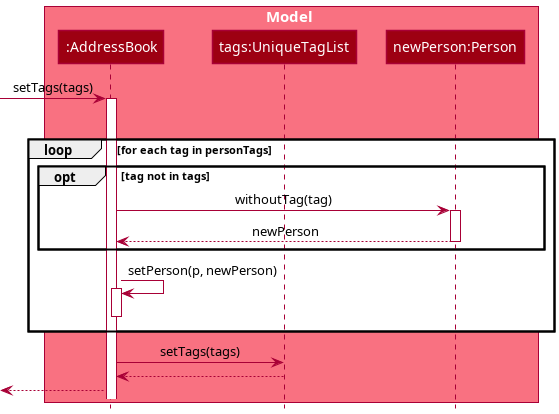
The PlantUML diagram docs/images/AddressBookSetTagsSequenceDiagram.png in nus-cs2103-AY2122S2/tp, before a commit.
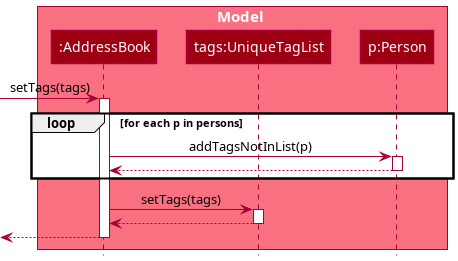
After the change.

Commit message:
Fix sequence diagram nesting

The edit, as a diff of the source:
```diff
@@ -4,27 +4,22 @@
 box Model MODEL_COLOR_T1
 participant  ":AddressBook" as AddressBook MODEL_COLOR
 participant "tags:UniqueTagList" as UniqueTagList MODEL_COLOR
-participant "newPerson:Person" as Person MODEL_COLOR
+participant "p:Person" as Person MODEL_COLOR
 end box
 
 [-> AddressBook : setTags(tags)
 activate AddressBook
 loop for each p in persons
-    loop for each tag in personTags
-        opt tag not in tags
-            AddressBook -> Person : withoutTag(tag)
-            activate Person
-            Person --> AddressBook : newPerson
-            deactivate Person
-    end
-
-    AddressBook -> AddressBook : setPerson(p, newPerson)
-    activate AddressBook
-    deactivate AddressBook
+    AddressBook -> Person : addTagsNotInList(p)
+    activate Person
+    Person --> AddressBook
+    deactivate Person
 end
 AddressBook -> UniqueTagList : setTags(tags)
+activate UniqueTagList
 UniqueTagList --> AddressBook
+deactivate UniqueTagList
 [<-- AddressBook
-
+deactivate AddressBook
 
 @enduml
```
